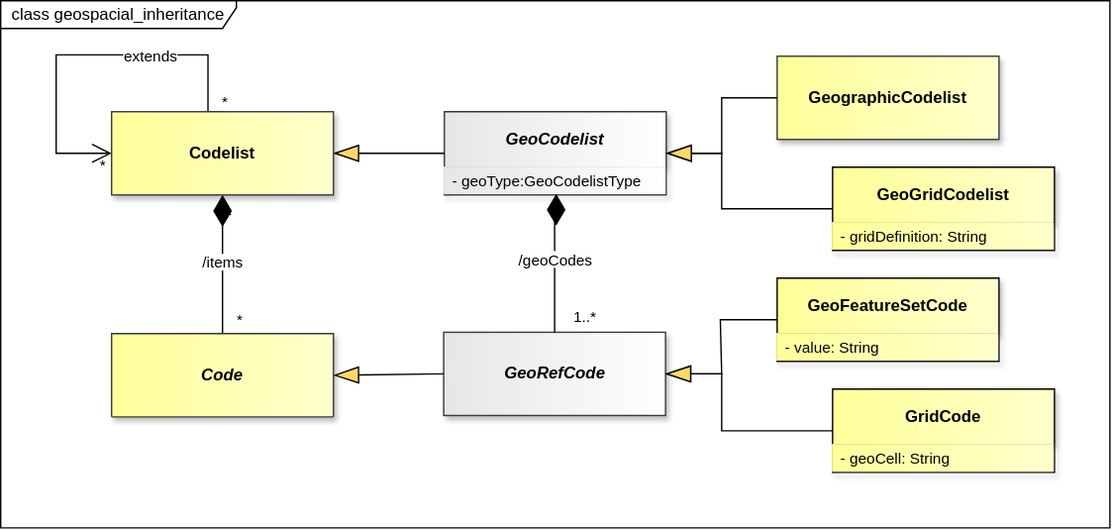
Above: docs/information_model/media/sdmx_geospatial-geospatial_inheritance.svg in sdmx-twg/sdmx-im (draw.io), before the change. Source tidied: cells renumbered, new cells last; positions are measured from the earlier drawing's top-left corner, leaving out a move shared by most shapes.
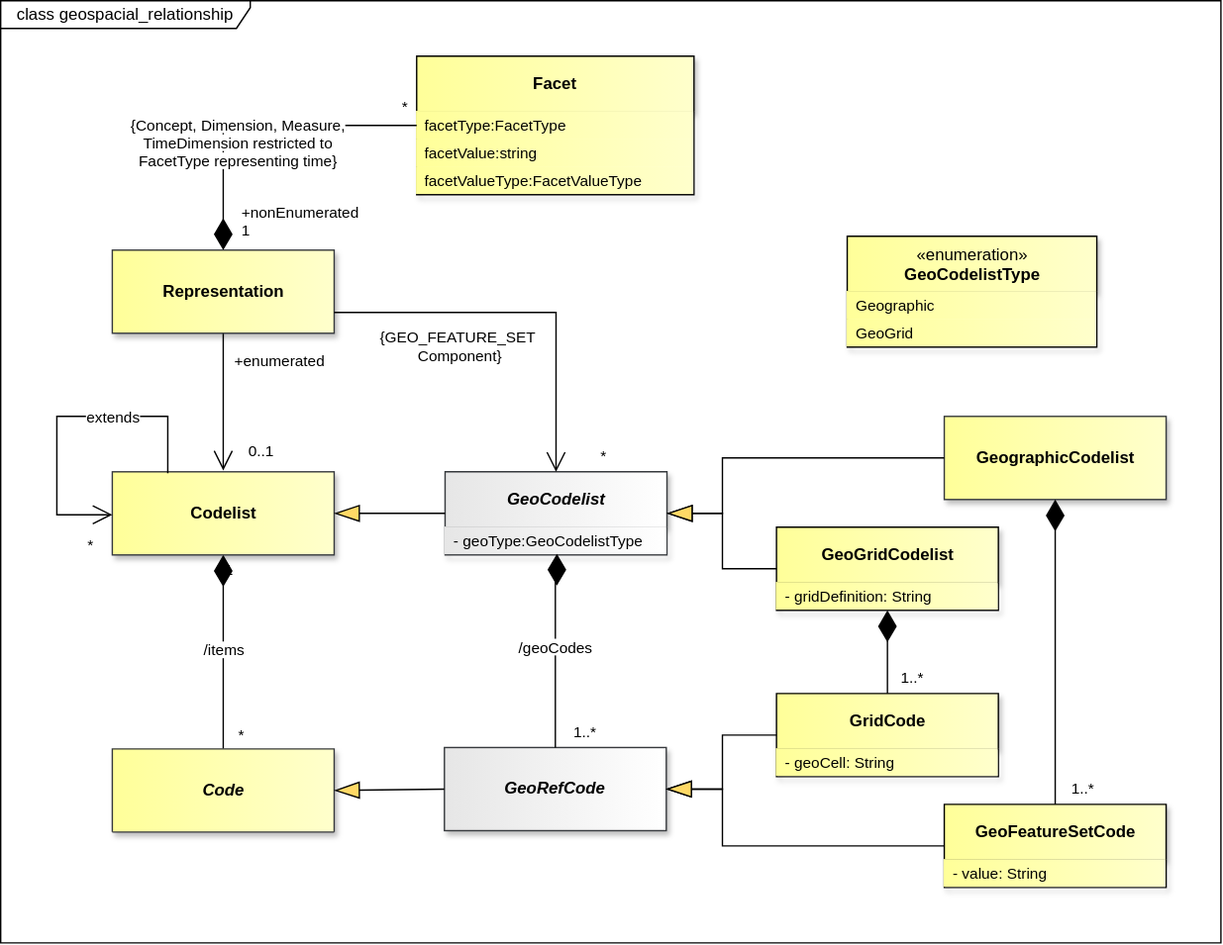
The same diagram one commit later.

Diff of the diagram source:
```diff
@@ -19,4 +19,4 @@
     </mxCell>
-    <mxCell id="7" value="class geospacial_inheritance" style="shape=umlFrame;whiteSpace=wrap;html=1;fillColor=light-dark(#FFFFFF,#121212);swimlaneFillColor=light-dark(#FFFFFF,#121212);width=170;height=20;" parent="1" vertex="1">
-      <mxGeometry width="800" height="380" as="geometry" />
+    <mxCell id="7" value="class geospacial_relationship" style="shape=umlFrame;whiteSpace=wrap;html=1;fillColor=light-dark(#FFFFFF,#121212);swimlaneFillColor=light-dark(#FFFFFF,#121212);width=180;height=20;" parent="1" vertex="1">
+      <mxGeometry x="-800" y="-260" width="880" height="680" as="geometry" />
     </mxCell>
@@ -30,10 +30,6 @@
     </mxCell>
-    <mxCell id="10" value="&lt;span style=&quot;background-color: rgb(255, 255, 255);&quot;&gt;extends&lt;/span&gt;" style="endArrow=open;html=1;endSize=12;startArrow=none;startSize=20;startFill=0;edgeStyle=orthogonalEdgeStyle;rounded=0;endFill=0;strokeColor=light-dark(#000000,#FFFFFF);fontColor=light-dark(#000000,#FFFFFF);labelBackgroundColor=none;exitX=0.5;exitY=0;exitDx=0;exitDy=0;entryX=0;entryY=0.5;entryDx=0;entryDy=0;innerLoopWaypoints=1;" parent="1" edge="1" source="14" target="14">
-      <mxGeometry x="-0.31" y="1" relative="1" as="geometry">
-        <Array as="points">
-          <mxPoint x="149.5" y="39" />
-          <mxPoint x="40" y="39" />
-          <mxPoint x="40" y="110" />
-        </Array>
-        <mxPoint x="1" as="offset" />
+    <mxCell id="10" value="&lt;span style=&quot;background-color: rgb(255, 255, 255);&quot;&gt;+enumerated&lt;/span&gt;" style="endArrow=open;html=1;endSize=12;startArrow=none;startSize=20;startFill=0;edgeStyle=orthogonalEdgeStyle;rounded=0;endFill=0;strokeColor=light-dark(#000000,#FFFFFF);fontColor=light-dark(#000000,#FFFFFF);labelBackgroundColor=none;exitX=0.5;exitY=1;exitDx=0;exitDy=0;entryX=0.5;entryY=0;entryDx=0;entryDy=0;innerLoopWaypoints=1;" parent="1" edge="1">
+      <mxGeometry x="-0.58" y="40" relative="1" as="geometry">
+        <mxPoint x="-639.5" y="-21" as="sourcePoint" />
+        <mxPoint x="-639.5" y="79" as="targetPoint" />
       </mxGeometry>
@@ -41,3 +37,3 @@
     <mxCell id="11" value="*" style="edgeLabel;html=1;align=left;verticalAlign=top;labelBackgroundColor=none;fontColor=light-dark(#000000,#FFFFFF);" parent="10" vertex="1">
-      <mxGeometry x="0.23" relative="1" as="geometry">
+      <mxGeometry x="-0.07" relative="1" as="geometry">
         <mxPoint x="30" y="61" as="offset" />
@@ -45,5 +41,5 @@
     </mxCell>
-    <mxCell id="12" value="*" style="edgeLabel;html=1;align=left;verticalAlign=top;labelBackgroundColor=none;fontColor=light-dark(#000000,#FFFFFF);" parent="1" vertex="1">
-      <mxGeometry x="135" y="57" as="geometry">
-        <mxPoint x="23" y="3" as="offset" />
+    <mxCell id="12" value="0..1" style="edgeLabel;html=1;align=left;verticalAlign=top;labelBackgroundColor=none;fontColor=light-dark(#000000,#FFFFFF);" parent="1" vertex="1">
+      <mxGeometry x="-696.5" y="57" as="geometry">
+        <mxPoint x="73" y="-5" as="offset" />
       </mxGeometry>
@@ -51,15 +47,15 @@
     <mxCell id="13" value="1" style="edgeLabel;html=1;align=left;verticalAlign=top;labelBackgroundColor=none;fontColor=light-dark(#000000,#FFFFFF);" parent="1" vertex="1">
-      <mxGeometry x="159" y="138" as="geometry" />
+      <mxGeometry x="-640.5" y="138" as="geometry" />
     </mxCell>
     <mxCell id="14" value="&lt;span&gt;&lt;span&gt;Codelist&lt;/span&gt;&lt;/span&gt;" style="whiteSpace=wrap;html=1;verticalAlign=middle;gradientDirection=east;imageVerticalAlign=top;fontStyle=1;fillColor=light-dark(#FFFF99,#FFFF99);strokeColor=#36393d;fontColor=light-dark(#000000,#000000);gradientColor=light-dark(#FFFFCC,#FFFFCC);shadow=1;" parent="1" vertex="1">
-      <mxGeometry x="80" y="80" width="160" height="60" as="geometry" />
+      <mxGeometry x="-719.5" y="80" width="160" height="60" as="geometry" />
     </mxCell>
     <mxCell id="15" value="Code" style="swimlane;fontStyle=3;align=center;verticalAlign=middle;horizontal=1;startSize=61;whiteSpace=wrap;html=1;strokeColor=#36393d;fontFamily=Helvetica;fontSize=12;fillColor=light-dark(#FFFF99,#FFFF99);gradientDirection=east;gradientColor=light-dark(#FFFFCC,#FFFFCC);fontColor=light-dark(#000000,#000000);shadow=1;" parent="1" vertex="1">
-      <mxGeometry x="80" y="240" width="160" height="60" as="geometry" />
+      <mxGeometry x="-719.5" y="280" width="160" height="60" as="geometry" />
     </mxCell>
     <mxCell id="16" value="GeoRefCode" style="whiteSpace=wrap;html=1;verticalAlign=middle;gradientDirection=east;imageVerticalAlign=top;fontStyle=3;fillColor=light-dark(#E6E6E6,#E6E6E6);strokeColor=#36393d;fontColor=light-dark(#000000,#000000);gradientColor=light-dark(#FFFFFF,#FFFFFF);shadow=1;" parent="1" vertex="1">
-      <mxGeometry x="319.5" y="239" width="160" height="60" as="geometry" />
+      <mxGeometry x="-480" y="279" width="160" height="60" as="geometry" />
     </mxCell>
     <mxCell id="17" value="GeoCodelist" style="swimlane;fontStyle=3;align=center;verticalAlign=middle;horizontal=1;startSize=40;whiteSpace=wrap;html=1;strokeColor=#36393d;fontFamily=Helvetica;fontSize=12;fillColor=light-dark(#E6E6E6,#E6E6E6);gradientDirection=east;gradientColor=light-dark(#FFFFFF,#FFFFFF);fontColor=light-dark(#000000,#000000);shadow=1;" parent="1" vertex="1">
-      <mxGeometry x="320" y="80" width="160" height="60" as="geometry" />
+      <mxGeometry x="-479.5" y="80" width="160" height="60" as="geometry" />
     </mxCell>
@@ -71,3 +67,3 @@
         <Array as="points">
-          <mxPoint x="401" y="159" />
+          <mxPoint x="-398.5" y="159" />
         </Array>
@@ -87,6 +83,6 @@
     <mxCell id="23" value="&lt;span&gt;&lt;span&gt;GeographicCodelist&lt;/span&gt;&lt;/span&gt;" style="whiteSpace=wrap;html=1;verticalAlign=middle;gradientDirection=east;imageVerticalAlign=top;fontStyle=1;fillColor=light-dark(#FFFF99,#FFFF99);strokeColor=#36393d;fontColor=light-dark(#000000,#000000);gradientColor=light-dark(#FFFFCC,#FFFFCC);shadow=1;" parent="1" vertex="1">
-      <mxGeometry x="560" y="40" width="160" height="60" as="geometry" />
+      <mxGeometry x="-119.5" y="40" width="160" height="60" as="geometry" />
     </mxCell>
     <mxCell id="24" value="GeoGridCodelist" style="swimlane;fontStyle=1;align=center;verticalAlign=middle;horizontal=1;startSize=40;whiteSpace=wrap;html=1;fillColor=light-dark(#FFFF99,#FFFF99);strokeColor=light-dark(#000000,#000000);gradientDirection=east;swimlaneLine=1;fontColor=light-dark(#000000,#000000);labelBackgroundColor=none;textShadow=0;gradientColor=light-dark(#FFFFCC,#FFFFCC);shadow=1;" parent="1" vertex="1">
-      <mxGeometry x="600" y="120" width="160" height="60" as="geometry" />
+      <mxGeometry x="-240.5" y="120" width="160" height="60" as="geometry" />
     </mxCell>
@@ -96,3 +92,3 @@
     <mxCell id="26" value="GeoFeatureSetCode" style="swimlane;fontStyle=1;align=center;verticalAlign=middle;horizontal=1;startSize=40;whiteSpace=wrap;html=1;fillColor=light-dark(#FFFF99,#FFFF99);strokeColor=light-dark(#000000,#000000);gradientDirection=east;swimlaneLine=1;fontColor=light-dark(#000000,#000000);labelBackgroundColor=none;textShadow=0;gradientColor=light-dark(#FFFFCC,#FFFFCC);shadow=1;" parent="1" vertex="1">
-      <mxGeometry x="560" y="200" width="160" height="60" as="geometry" />
+      <mxGeometry x="-119.5" y="320" width="160" height="60" as="geometry" />
     </mxCell>
@@ -102,3 +98,3 @@
     <mxCell id="28" value="GridCode" style="swimlane;fontStyle=1;align=center;verticalAlign=middle;horizontal=1;startSize=40;whiteSpace=wrap;html=1;fillColor=light-dark(#FFFF99,#FFFF99);strokeColor=light-dark(#000000,#000000);gradientDirection=east;swimlaneLine=1;fontColor=light-dark(#000000,#000000);labelBackgroundColor=none;textShadow=0;gradientColor=light-dark(#FFFFCC,#FFFFCC);shadow=1;" parent="1" vertex="1">
-      <mxGeometry x="600" y="280" width="160" height="60" as="geometry" />
+      <mxGeometry x="-240.5" y="240" width="160" height="60" as="geometry" />
     </mxCell>
@@ -110,4 +106,4 @@
         <Array as="points">
-          <mxPoint x="520" y="70" />
-          <mxPoint x="520" y="110" />
+          <mxPoint x="-279.5" y="70" />
+          <mxPoint x="-279.5" y="110" />
         </Array>
@@ -118,4 +114,4 @@
         <Array as="points">
-          <mxPoint x="519" y="230" />
-          <mxPoint x="520" y="269" />
+          <mxPoint x="-279.5" y="350" />
+          <mxPoint x="-279.5" y="309" />
         </Array>
@@ -126,4 +122,4 @@
         <Array as="points">
-          <mxPoint x="520" y="150" />
-          <mxPoint x="520" y="110" />
+          <mxPoint x="-279.5" y="150" />
+          <mxPoint x="-279.5" y="110" />
         </Array>
@@ -134,4 +130,4 @@
         <Array as="points">
-          <mxPoint x="520" y="310" />
-          <mxPoint x="520" y="269" />
+          <mxPoint x="-279.5" y="270" />
+          <mxPoint x="-279.5" y="309" />
         </Array>
@@ -139,2 +135,79 @@
     </mxCell>
+    <mxCell id="34" style="endArrow=none;html=1;endSize=12;startArrow=diamondThin;startSize=20;startFill=1;edgeStyle=orthogonalEdgeStyle;rounded=0;endFill=0;strokeColor=light-dark(#000000,#FFFFFF);fontColor=light-dark(#000000,#FFFFFF);labelBackgroundColor=none;exitX=0.5;exitY=1;exitDx=0;exitDy=0;entryX=0.5;entryY=0;entryDx=0;entryDy=0;" parent="1" edge="1" source="24" target="28">
+      <mxGeometry x="0.53" relative="1" as="geometry" />
+    </mxCell>
+    <mxCell id="35" value="1..*" style="edgeLabel;html=1;align=right;verticalAlign=top;labelBackgroundColor=none;fontColor=light-dark(#000000,#FFFFFF);" parent="34" vertex="1">
+      <mxGeometry x="1" relative="1" as="geometry">
+        <mxPoint x="26" y="-24" as="offset" />
+      </mxGeometry>
+    </mxCell>
+    <mxCell id="36" style="endArrow=none;html=1;endSize=12;startArrow=diamondThin;startSize=20;startFill=1;edgeStyle=orthogonalEdgeStyle;rounded=0;endFill=0;strokeColor=light-dark(#000000,#FFFFFF);fontColor=light-dark(#000000,#FFFFFF);labelBackgroundColor=none;exitX=0.5;exitY=1;exitDx=0;exitDy=0;entryX=0.5;entryY=0;entryDx=0;entryDy=0;" parent="1" edge="1" source="23" target="26">
+      <mxGeometry x="0.72" relative="1" as="geometry" />
+    </mxCell>
+    <mxCell id="37" value="1..*" style="edgeLabel;html=1;align=right;verticalAlign=top;labelBackgroundColor=none;fontColor=light-dark(#000000,#FFFFFF);" parent="36" vertex="1">
+      <mxGeometry x="1" relative="1" as="geometry">
+        <mxPoint x="28" y="-24" as="offset" />
+      </mxGeometry>
+    </mxCell>
+    <mxCell id="38" value="&lt;span&gt;&lt;span&gt;Representation&lt;/span&gt;&lt;/span&gt;" style="whiteSpace=wrap;html=1;verticalAlign=middle;gradientDirection=east;imageVerticalAlign=top;fontStyle=1;fillColor=light-dark(#FFFF99,#FFFF99);strokeColor=#36393d;fontColor=light-dark(#000000,#000000);gradientColor=light-dark(#FFFFCC,#FFFFCC);shadow=1;" parent="1" vertex="1">
+      <mxGeometry x="-719.5" y="-80" width="160" height="60" as="geometry" />
+    </mxCell>
+    <mxCell id="39" value="&lt;span style=&quot;background-color: rgb(255, 255, 255);&quot;&gt;extends&lt;/span&gt;" style="endArrow=open;html=1;endSize=12;startArrow=none;startSize=20;startFill=0;edgeStyle=orthogonalEdgeStyle;rounded=0;endFill=0;strokeColor=light-dark(#000000,#FFFFFF);fontColor=light-dark(#000000,#FFFFFF);labelBackgroundColor=none;exitX=0.25;exitY=0;exitDx=0;exitDy=0;entryX=0;entryY=0.5;entryDx=0;entryDy=0;innerLoopWaypoints=1;" parent="1" edge="1">
+      <mxGeometry x="-0.3" y="1" relative="1" as="geometry">
+        <mxPoint x="-679.5" y="81" as="sourcePoint" />
+        <mxPoint x="-719.5" y="111" as="targetPoint" />
+        <Array as="points">
+          <mxPoint x="-679.5" y="40" />
+          <mxPoint x="-759.5" y="40" />
+          <mxPoint x="-759.5" y="111" />
+        </Array>
+      </mxGeometry>
+    </mxCell>
+    <mxCell id="40" value="*" style="edgeLabel;html=1;align=left;verticalAlign=top;labelBackgroundColor=none;fontColor=light-dark(#000000,#FFFFFF);" parent="39" vertex="1">
+      <mxGeometry x="0.09" relative="1" as="geometry">
+        <mxPoint x="20" y="74" as="offset" />
+      </mxGeometry>
+    </mxCell>
+    <mxCell id="41" value="&lt;span style=&quot;background-color: rgb(255, 255, 255);&quot;&gt;{GEO_FEATURE_SET&amp;nbsp;&lt;br&gt;Component}&lt;/span&gt;" style="endArrow=open;html=1;endSize=12;startArrow=none;startSize=20;startFill=0;edgeStyle=orthogonalEdgeStyle;rounded=0;endFill=0;strokeColor=light-dark(#000000,#FFFFFF);fontColor=light-dark(#000000,#FFFFFF);labelBackgroundColor=none;exitX=1;exitY=0.75;exitDx=0;exitDy=0;entryX=0.5;entryY=0;entryDx=0;entryDy=0;innerLoopWaypoints=1;" parent="1" edge="1" source="38" target="17">
+      <mxGeometry x="-0.35" y="-25" relative="1" as="geometry" />
+    </mxCell>
+    <mxCell id="42" value="*" style="edgeLabel;html=1;align=left;verticalAlign=top;labelBackgroundColor=none;fontColor=light-dark(#000000,#FFFFFF);" parent="41" vertex="1">
+      <mxGeometry x="0.38" relative="1" as="geometry">
+        <mxPoint x="30" y="61" as="offset" />
+      </mxGeometry>
+    </mxCell>
+    <mxCell id="43" value="Facet" style="swimlane;fontStyle=1;align=center;verticalAlign=middle;horizontal=1;startSize=40;whiteSpace=wrap;html=1;fillColor=light-dark(#FFFF99,#FFFF99);strokeColor=light-dark(#000000,#000000);gradientDirection=east;swimlaneLine=1;fontColor=light-dark(#000000,#000000);labelBackgroundColor=none;textShadow=0;gradientColor=light-dark(#FFFFCC,#FFFFCC);shadow=1;" parent="1" vertex="1">
+      <mxGeometry x="-500" y="-220" width="200" height="100" as="geometry" />
+    </mxCell>
+    <mxCell id="44" value="facetType:FacetType" style="text;strokeColor=none;fillColor=light-dark(#FFFF99,#FFFF99);align=left;verticalAlign=middle;spacingLeft=4;spacingRight=4;overflow=hidden;points=[[0,0.5],[1,0.5]];portConstraint=eastwest;whiteSpace=wrap;html=1;fontFamily=Helvetica;fontSize=11;fontColor=light-dark(#000000,#000000);gradientColor=light-dark(#FFFFCC,#FFFFCC);gradientDirection=east;" parent="43" vertex="1">
+      <mxGeometry y="40" width="200" height="20" as="geometry" />
+    </mxCell>
+    <mxCell id="45" value="facetValue:string" style="text;strokeColor=none;fillColor=light-dark(#FFFF99,#FFFF99);align=left;verticalAlign=middle;spacingLeft=4;spacingRight=4;overflow=hidden;whiteSpace=wrap;html=1;fontFamily=Helvetica;fontSize=11;fontColor=light-dark(#000000,#000000);gradientColor=light-dark(#FFFFCC,#FFFFCC);gradientDirection=east;" parent="43" vertex="1">
+      <mxGeometry y="60" width="200" height="20" as="geometry" />
+    </mxCell>
+    <mxCell id="46" value="facetValueType:FacetValueType" style="text;strokeColor=none;fillColor=light-dark(#FFFF99,#FFFF99);align=left;verticalAlign=middle;spacingLeft=4;spacingRight=4;overflow=hidden;whiteSpace=wrap;html=1;fontFamily=Helvetica;fontSize=11;fontColor=light-dark(#000000,#000000);gradientColor=light-dark(#FFFFCC,#FFFFCC);gradientDirection=east;" parent="43" vertex="1">
+      <mxGeometry y="80" width="200" height="20" as="geometry" />
+    </mxCell>
+    <mxCell id="47" value="&lt;font style=&quot;color: light-dark(rgb(0, 0, 0), rgb(255, 255, 255)); background-color: light-dark(rgb(255, 255, 255), rgb(0, 0, 0));&quot;&gt;{Concept, Dimension, Measure,&lt;br&gt;TimeDimension restricted to&lt;br&gt;FacetType representing time}&lt;/font&gt;" style="endArrow=none;html=1;endSize=12;startArrow=diamondThin;startSize=20;startFill=1;edgeStyle=orthogonalEdgeStyle;rounded=0;endFill=0;strokeColor=light-dark(#000000,#FFFFFF);fontColor=light-dark(#000000,#FFFFFF);labelBackgroundColor=none;entryX=0;entryY=0.5;entryDx=0;entryDy=0;exitX=0.5;exitY=0;exitDx=0;exitDy=0;" parent="1" edge="1" source="38" target="44">
+      <mxGeometry x="-0.33" y="-10" relative="1" as="geometry" />
+    </mxCell>
+    <mxCell id="48" value="+nonEnumerated&lt;br&gt;1" style="edgeLabel;html=1;align=left;verticalAlign=top;labelBackgroundColor=none;fontColor=light-dark(#000000,#FFFFFF);" parent="47" vertex="1">
+      <mxGeometry x="-1" relative="1" as="geometry">
+        <mxPoint x="11" y="-40" as="offset" />
+      </mxGeometry>
+    </mxCell>
+    <mxCell id="49" value="*" style="edgeLabel;html=1;align=right;verticalAlign=top;labelBackgroundColor=none;fontColor=light-dark(#000000,#FFFFFF);" parent="47" vertex="1">
+      <mxGeometry x="1" relative="1" as="geometry">
+        <mxPoint x="-7" y="-26" as="offset" />
+      </mxGeometry>
+    </mxCell>
+    <mxCell id="50" value="&lt;span style=&quot;font-weight: normal;&quot;&gt;«enumeration»&lt;/span&gt;&lt;br&gt;GeoCodelistType" style="swimlane;fontStyle=1;align=center;verticalAlign=top;horizontal=1;startSize=40;whiteSpace=wrap;html=1;fillColor=light-dark(#FFFF99,#FFFF99);strokeColor=light-dark(#000000,#000000);gradientDirection=east;swimlaneLine=1;fontColor=light-dark(#000000,#000000);labelBackgroundColor=none;textShadow=0;gradientColor=light-dark(#FFFFCC,#FFFFCC);shadow=1;" parent="1" vertex="1">
+      <mxGeometry x="-189.5" y="-90" width="180" height="80" as="geometry" />
+    </mxCell>
+    <mxCell id="51" value="Geographic" style="text;strokeColor=none;fillColor=light-dark(#FFFF99,#FFFF99);align=left;verticalAlign=middle;spacingLeft=4;spacingRight=4;overflow=hidden;whiteSpace=wrap;html=1;fontFamily=Helvetica;fontSize=11;fontColor=light-dark(#000000,#000000);gradientColor=light-dark(#FFFFCC,#FFFFCC);gradientDirection=east;" parent="50" vertex="1">
+      <mxGeometry y="40" width="180" height="20" as="geometry" />
+    </mxCell>
+    <mxCell id="52" value="GeoGrid" style="text;strokeColor=none;fillColor=light-dark(#FFFF99,#FFFF99);align=left;verticalAlign=middle;spacingLeft=4;spacingRight=4;overflow=hidden;whiteSpace=wrap;html=1;fontFamily=Helvetica;fontSize=11;fontColor=light-dark(#000000,#000000);gradientColor=light-dark(#FFFFCC,#FFFFCC);gradientDirection=east;" parent="50" vertex="1">
+      <mxGeometry y="60" width="180" height="20" as="geometry" />
+    </mxCell>
   </root>
```
